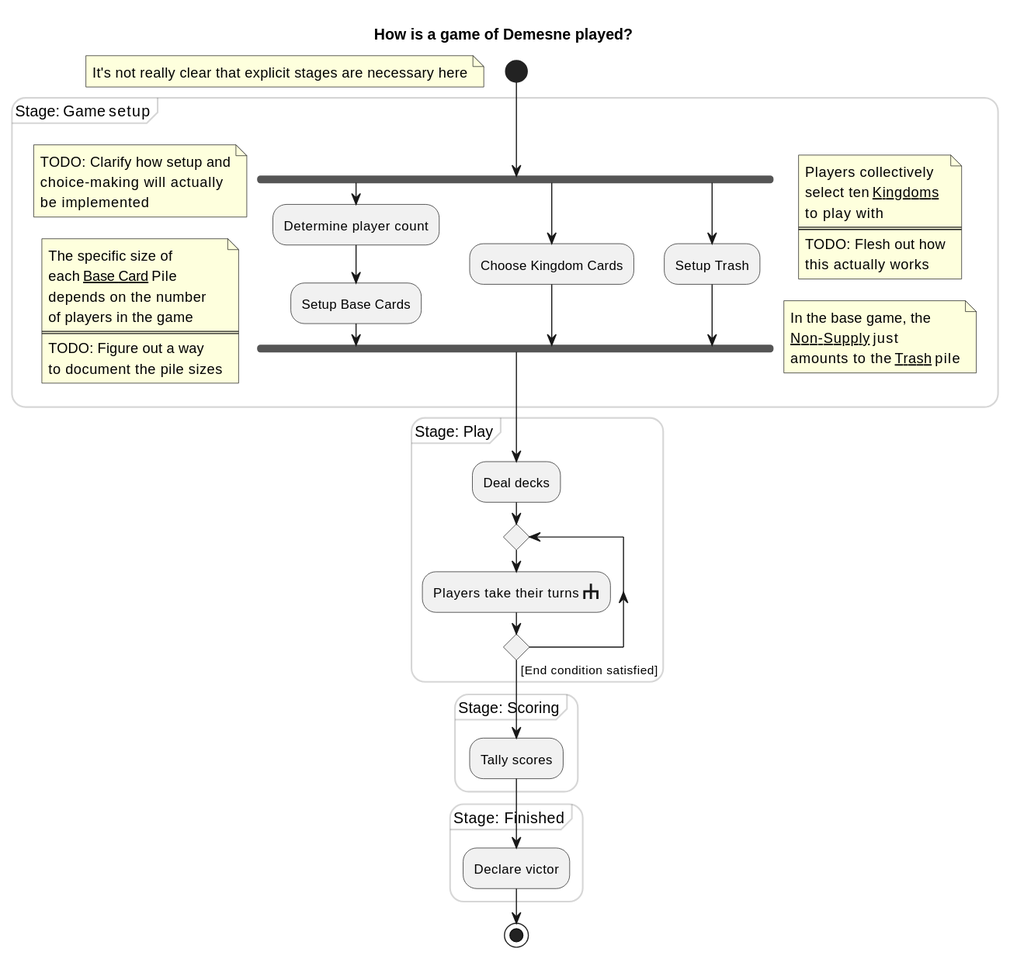
Above: diagrams/game-activity.svg in qwwqe/demesne (PlantUML), before the change.
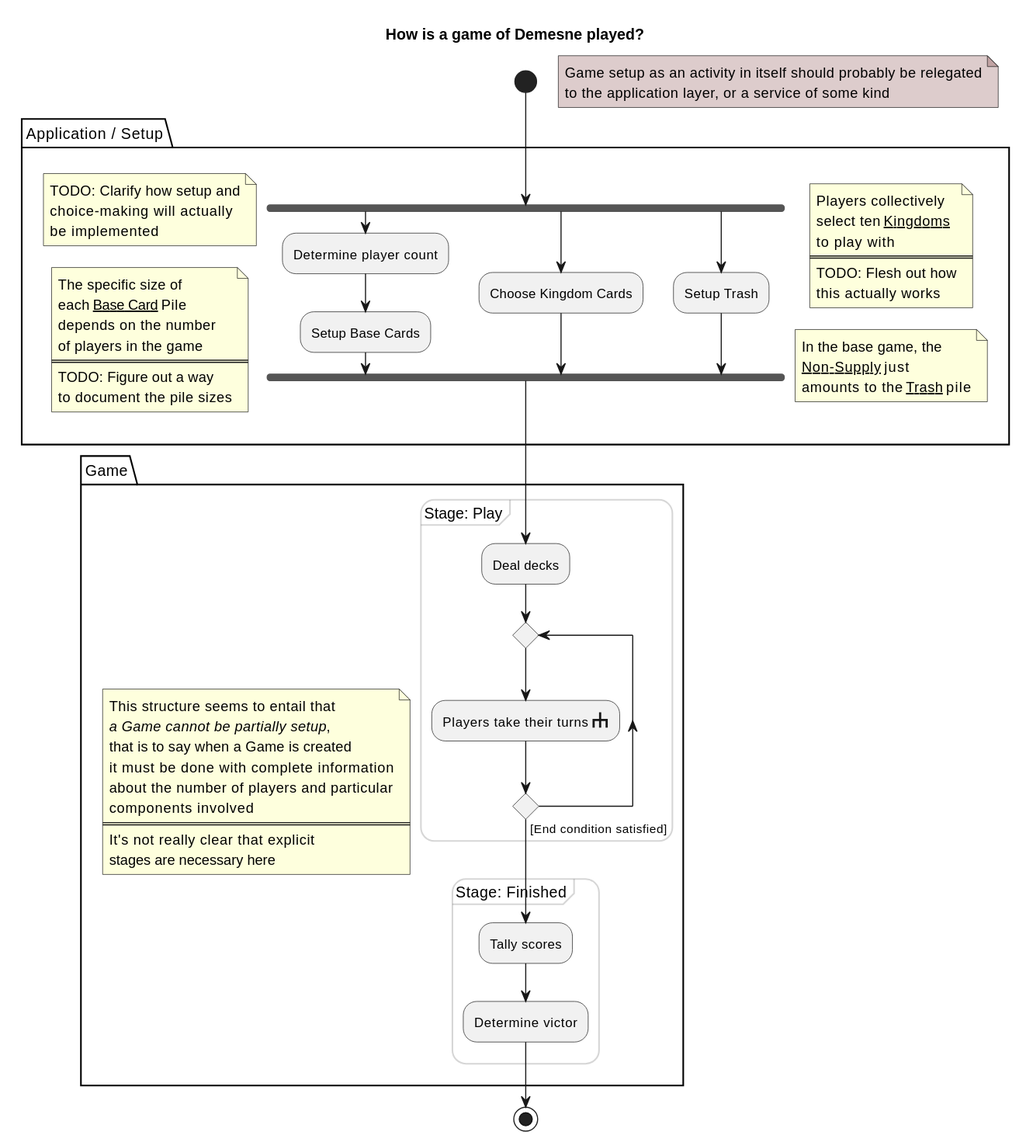
The same file after the commit.

Commit message:
Clarify relationship of setup and gameplay

Change to the diagram source:
```diff
@@ -14,11 +14,12 @@
 
 start
 
-floating note
-    It's not really clear that explicit stages are necessary here
+floating note right #55000033
+    Game setup as an activity in itself should probably be relegated
+    to the application layer, or a service of some kind
 end note
 
-partition "Stage: [[game-class.puml {Game} Game]] setup" {
+package "Application / Setup" {
 	fork
 
 	:Determine player count;
@@ -67,21 +68,31 @@
 	end note
 }
 
-partition "Stage: Play" {
+package "Game" {
+    floating note
+        This structure seems to entail that
+        //a Game cannot be partially setup//,
+        that is to say when a Game is created
+        it must be done with complete information
+        about the number of players and particular
+        components involved
+        ====
+        It's not really clear that explicit
+        stages are necessary here
+    end note
 
-    :Deal decks;
+    partition "Stage: Play" {
+        :Deal decks;
 
-    repeat
-        :[[turn-activity.puml {How is a turn played?} Players take their turns <$subactivity_rake>]];
-    repeat while () not ([End condition satisfied])
-}
+        repeat
+            :[[turn-activity.puml {How is a turn played?} Players take their turns <$subactivity_rake>]];
+        repeat while () not ([End condition satisfied])
+    }
 
-partition "Stage: Scoring" {
-    :Tally scores;
-}
-
-partition "Stage: Finished" {
-    :Declare victor;
+    partition "Stage: Finished" {
+        :Tally scores;
+        :Determine victor;
+    }
 }
 
 stop
```
